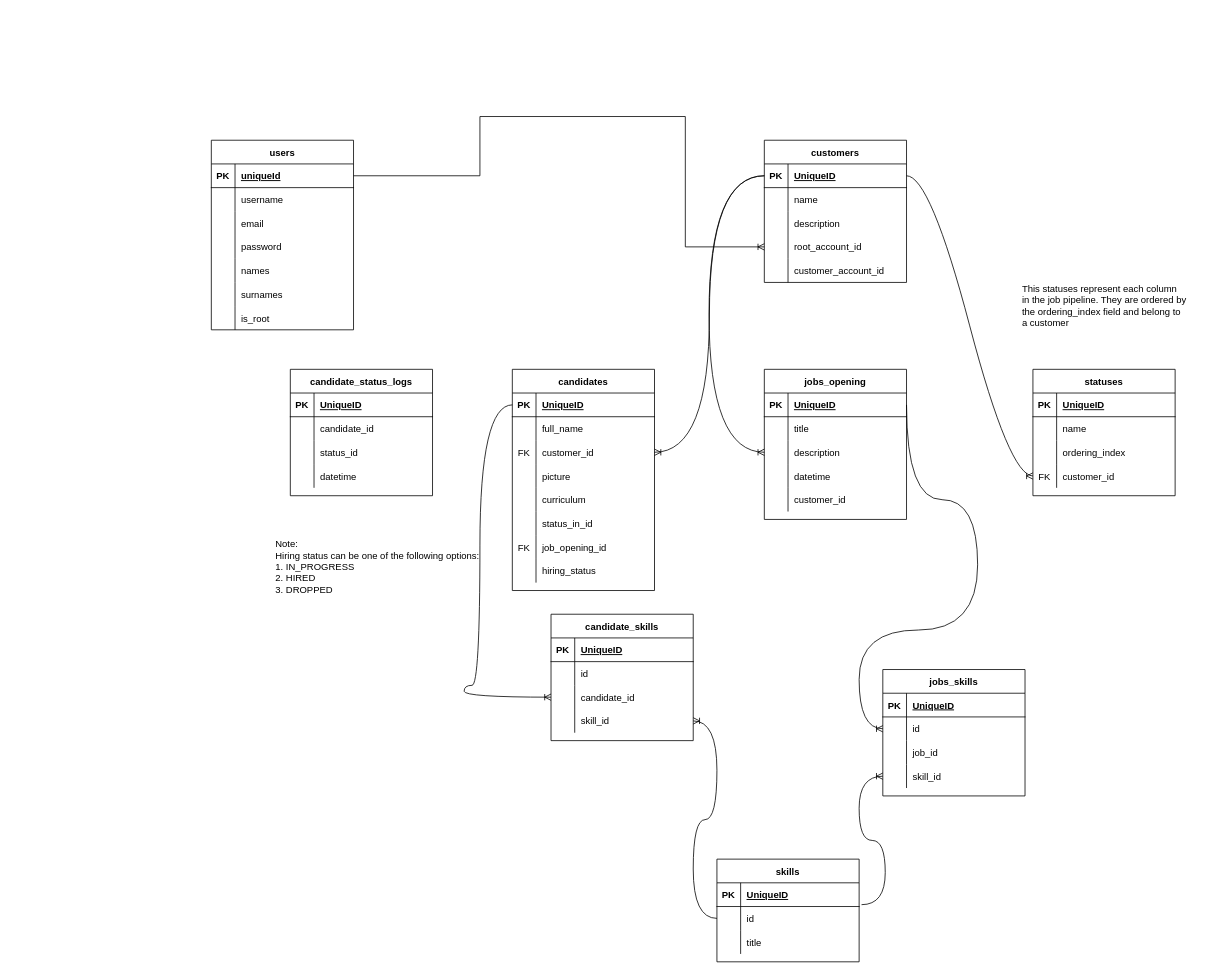
choucoder/multi-tenant-ats keeps this draw.io diagram as Data Structure.drawio. Above is the earlier version. Source tidied: cells renumbered, new cells numbered last; positions are measured from the earlier drawing's top-left corner, leaving out a move shared by most shapes. Both pictures are drawn from the tidied source at 79%, with x=0, y=0 at pixel (211, 116).
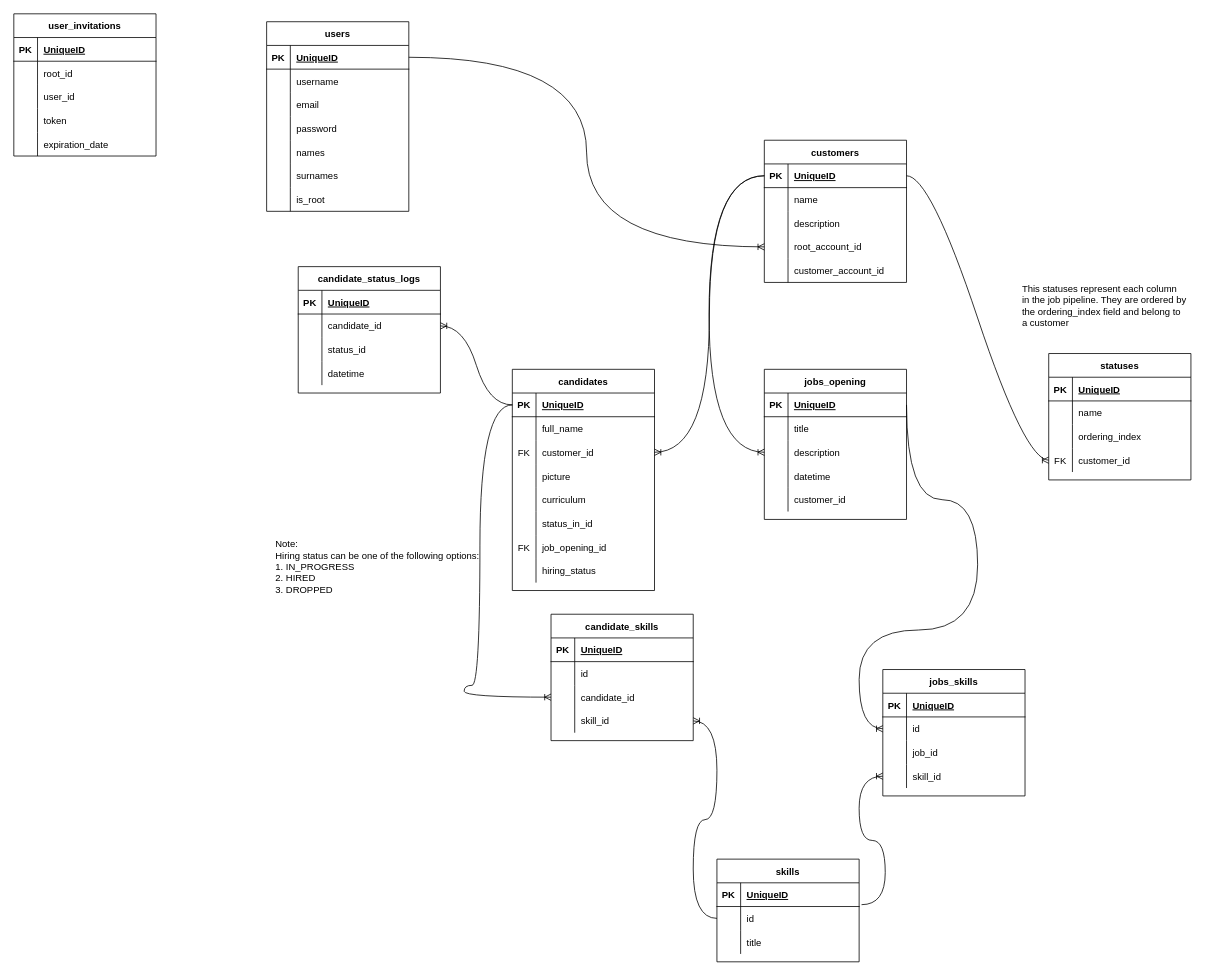
The same page after the edit.

The change refers to these unchanged cells:
```xml
<mxCell id="19" style="shape=tableRow;horizontal=0;startSize=0;swimlaneHead=0;swimlaneBody=0;fillColor=none;points=[[0,0.5],[1,0.5]];portConstraint=eastwest;top=0;left=0;right=0;bottom=1;" parent="18" vertex="1">
  <mxGeometry y="30" width="180" height="30" as="geometry" />
</mxCell>
<mxCell id="41" style="shape=tableRow;horizontal=0;startSize=0;swimlaneHead=0;swimlaneBody=0;fillColor=none;points=[[0,0.5],[1,0.5]];portConstraint=eastwest;top=0;left=0;right=0;bottom=1;" parent="40" vertex="1">
  <mxGeometry y="30" width="180" height="30" as="geometry" />
</mxCell>
<mxCell id="98" style="shape=tableRow;horizontal=0;startSize=0;swimlaneHead=0;swimlaneBody=0;fillColor=none;points=[[0,0.5],[1,0.5]];portConstraint=eastwest;top=0;left=0;right=0;bottom=0;" parent="88" vertex="1">
  <mxGeometry y="120" width="180" height="30" as="geometry" />
</mxCell>
<mxCell id="111" style="shape=tableRow;horizontal=0;startSize=0;swimlaneHead=0;swimlaneBody=0;fillColor=none;points=[[0,0.5],[1,0.5]];portConstraint=eastwest;top=0;left=0;right=0;bottom=0;" parent="107" vertex="1">
  <mxGeometry y="60" width="180" height="30" as="geometry" />
</mxCell>
```

Diff of the diagram source:
```diff
@@
     <mxCell id="18" value="users" style="shape=table;startSize=30;childLayout=tableLayout;rowLines=0;fontStyle=1;align=center;" parent="1" vertex="1">
-      <mxGeometry y="30" width="180" height="240" as="geometry" />
+      <mxGeometry x="70" y="-120" width="180" height="240" as="geometry" />
     </mxCell>
@@
-    <mxCell id="21" value="uniqueId" style="shape=partialRectangle;fillColor=none;top=0;left=0;bottom=0;right=0;align=left;spacingLeft=6;fontStyle=5;overflow=hidden;" parent="19" vertex="1">
+    <mxCell id="21" value="UniqueID" style="shape=partialRectangle;fillColor=none;top=0;left=0;bottom=0;right=0;align=left;spacingLeft=6;fontStyle=5;overflow=hidden;" parent="19" vertex="1">
       <mxGeometry x="30" width="150" height="30" as="geometry" />
     </mxCell>
@@
     <mxCell id="65" value="statuses" style="shape=table;startSize=30;childLayout=tableLayout;rowLines=0;fontStyle=1;align=center;" parent="1" vertex="1">
-      <mxGeometry x="1040" y="320" width="180" height="160" as="geometry" />
+      <mxGeometry x="1060" y="300" width="180" height="160" as="geometry" />
     </mxCell>
@@
     <mxCell id="107" value="candidate_status_logs" style="shape=table;startSize=30;childLayout=tableLayout;rowLines=0;fontStyle=1;align=center;" parent="1" vertex="1">
-      <mxGeometry x="100" y="320" width="180" height="160" as="geometry" />
+      <mxGeometry x="110" y="190" width="180" height="160" as="geometry" />
     </mxCell>
@@
-    <mxCell id="120" style="edgeStyle=orthogonalEdgeStyle;fontSize=12;html=1;endArrow=ERoneToMany;rounded=0;exitX=1;exitY=0.5;exitDx=0;exitDy=0;entryX=0;entryY=0.5;entryDx=0;entryDy=0;" parent="1" edge="1" source="19" target="98">
-      <mxGeometry relative="1" as="geometry">
-        <Array as="points">
-          <mxPoint x="340" y="75" />
-          <mxPoint x="340" />
-          <mxPoint x="600" />
-          <mxPoint x="600" y="165" />
-        </Array>
-      </mxGeometry>
+    <mxCell id="120" style="edgeStyle=orthogonalEdgeStyle;fontSize=12;html=1;endArrow=ERoneToMany;rounded=0;exitX=1;exitY=0.5;exitDx=0;exitDy=0;entryX=0;entryY=0.5;entryDx=0;entryDy=0;curved=1;" parent="1" edge="1" source="19" target="98">
+      <mxGeometry relative="1" as="geometry" />
     </mxCell>
@@
+    <mxCell id="153" style="edgeStyle=entityRelationEdgeStyle;fontSize=12;html=1;endArrow=ERoneToMany;rounded=0;curved=1;entryX=1;entryY=0.5;entryDx=0;entryDy=0;" parent="1" edge="1" source="41" target="111">
+      <mxGeometry relative="1" as="geometry" />
+    </mxCell>
+    <mxCell id="154" value="user_invitations" style="shape=table;startSize=30;childLayout=tableLayout;rowLines=0;fontStyle=1;align=center;" parent="1" vertex="1">
+      <mxGeometry x="-250" y="-130" width="180" height="180" as="geometry" />
+    </mxCell>
+    <mxCell id="155" style="shape=tableRow;horizontal=0;startSize=0;swimlaneHead=0;swimlaneBody=0;fillColor=none;top=0;left=0;right=0;bottom=1;" parent="154" vertex="1">
+      <mxGeometry y="30" width="180" height="30" as="geometry" />
+    </mxCell>
+    <mxCell id="156" value="PK" style="shape=partialRectangle;fillColor=none;top=0;left=0;bottom=0;right=0;fontStyle=1;overflow=hidden;" parent="155" vertex="1">
+      <mxGeometry width="30" height="30" as="geometry" />
+    </mxCell>
+    <mxCell id="157" value="UniqueID" style="shape=partialRectangle;fillColor=none;top=0;left=0;bottom=0;right=0;align=left;spacingLeft=6;fontStyle=5;overflow=hidden;" parent="155" vertex="1">
+      <mxGeometry x="30" width="150" height="30" as="geometry" />
+    </mxCell>
+    <mxCell id="158" style="shape=tableRow;horizontal=0;startSize=0;swimlaneHead=0;swimlaneBody=0;fillColor=none;top=0;left=0;right=0;bottom=0;" parent="154" vertex="1">
+      <mxGeometry y="60" width="180" height="30" as="geometry" />
+    </mxCell>
+    <mxCell id="159" style="shape=partialRectangle;fillColor=none;top=0;left=0;bottom=0;right=0;overflow=hidden;" parent="158" vertex="1">
+      <mxGeometry width="30" height="30" as="geometry" />
+    </mxCell>
+    <mxCell id="160" value="root_id" style="shape=partialRectangle;fillColor=none;top=0;left=0;bottom=0;right=0;align=left;spacingLeft=6;overflow=hidden;" parent="158" vertex="1">
+      <mxGeometry x="30" width="150" height="30" as="geometry" />
+    </mxCell>
+    <mxCell id="161" style="shape=tableRow;horizontal=0;startSize=0;swimlaneHead=0;swimlaneBody=0;fillColor=none;top=0;left=0;right=0;bottom=0;" parent="154" vertex="1">
+      <mxGeometry y="90" width="180" height="30" as="geometry" />
+    </mxCell>
+    <mxCell id="162" style="shape=partialRectangle;fillColor=none;top=0;left=0;bottom=0;right=0;overflow=hidden;" parent="161" vertex="1">
+      <mxGeometry width="30" height="30" as="geometry" />
+    </mxCell>
+    <mxCell id="163" value="user_id" style="shape=partialRectangle;fillColor=none;top=0;left=0;bottom=0;right=0;align=left;spacingLeft=6;overflow=hidden;" parent="161" vertex="1">
+      <mxGeometry x="30" width="150" height="30" as="geometry" />
+    </mxCell>
+    <mxCell id="164" style="shape=tableRow;horizontal=0;startSize=0;swimlaneHead=0;swimlaneBody=0;fillColor=none;top=0;left=0;right=0;bottom=0;" parent="154" vertex="1">
+      <mxGeometry y="120" width="180" height="30" as="geometry" />
+    </mxCell>
+    <mxCell id="165" style="shape=partialRectangle;fillColor=none;top=0;left=0;bottom=0;right=0;overflow=hidden;" parent="164" vertex="1">
+      <mxGeometry width="30" height="30" as="geometry" />
+    </mxCell>
+    <mxCell id="166" value="token" style="shape=partialRectangle;fillColor=none;top=0;left=0;bottom=0;right=0;align=left;spacingLeft=6;overflow=hidden;" parent="164" vertex="1">
+      <mxGeometry x="30" width="150" height="30" as="geometry" />
+    </mxCell>
+    <mxCell id="167" style="shape=tableRow;horizontal=0;startSize=0;swimlaneHead=0;swimlaneBody=0;fillColor=none;top=0;left=0;right=0;bottom=0;" parent="154" vertex="1">
+      <mxGeometry y="150" width="180" height="30" as="geometry" />
+    </mxCell>
+    <mxCell id="168" style="shape=partialRectangle;fillColor=none;top=0;left=0;bottom=0;right=0;overflow=hidden;" parent="167" vertex="1">
+      <mxGeometry width="30" height="30" as="geometry" />
+    </mxCell>
+    <mxCell id="169" value="expiration_date" style="shape=partialRectangle;fillColor=none;top=0;left=0;bottom=0;right=0;align=left;spacingLeft=6;overflow=hidden;" parent="167" vertex="1">
+      <mxGeometry x="30" width="150" height="30" as="geometry" />
+    </mxCell>
```
